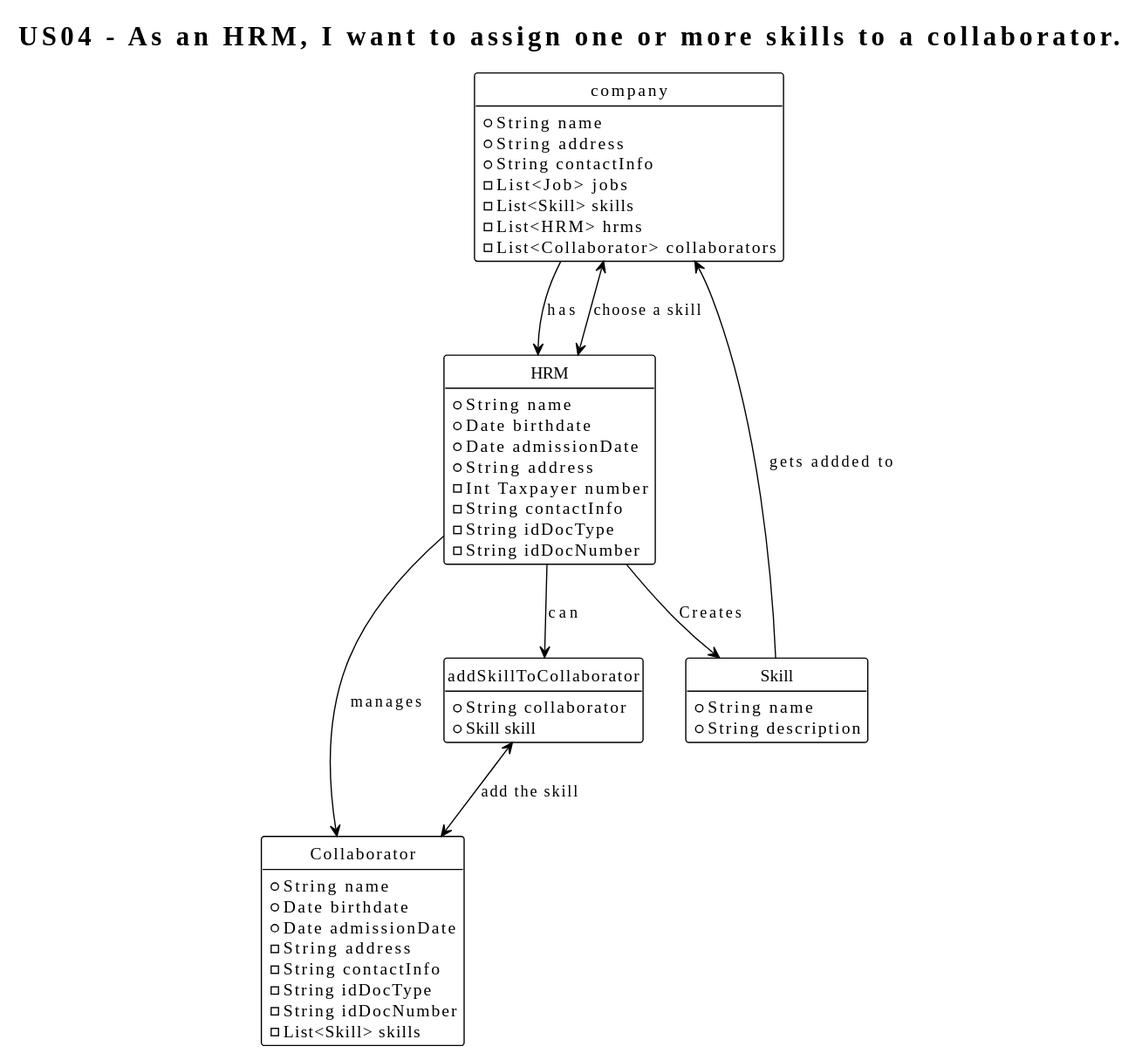
The PlantUML diagram docs/sprintA/us004/02.analysis/svg/us004-domain-model.svg in RicardoMorim/lapr2-ISEP-Project, before a commit.
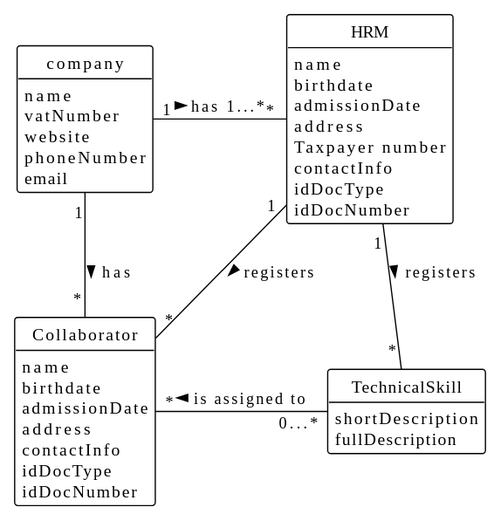
After the change.

Commit message:
Added the US02 domain model svg to the analysis readme file

What changed in the source:
```diff
@@ -1,68 +1,47 @@
 @startuml
 !theme plain
-title US04 - As an HRM, I want to assign one or more skills to a collaborator.
 
 
 hide methods
 hide circle
 
 class company{
-    +String name
-    +String address
-    +String contactInfo
-    -List<Job> jobs
-    -List<Skill> skills
-    -List<HRM> hrms
-    -List<Collaborator> collaborators
-
+         name
+         vatNumber
+         website
+         phoneNumber
+         email
 }
 
 class Collaborator {
-    +String name
-    +Date birthdate
-    +Date admissionDate
-    -String address
-    -String contactInfo
-    -String idDocType
-    -String idDocNumber
-    -List<Skill> skills
+     name
+     birthdate
+     admissionDate
+     address
+     contactInfo
+     idDocType
+     idDocNumber
 }
 
-class Skill {
-    +String name
-    +String description
+class TechnicalSkill {
+        shortDescription
+        fullDescription
 }
 
 class HRM {
-    +String name
-    +Date birthdate
-    +Date admissionDate
-    +String address
-    -Int Taxpayer number
-    -String contactInfo
-    -String idDocType
-    -String idDocNumber
+    name
+    birthdate
+    admissionDate
+    address
+    Taxpayer number
+    contactInfo
+    idDocType
+    idDocNumber
 }
 
-class addSkillToCollaborator{
-    +String collaborator
-    +Skill skill
-}
-
-company --> HRM : has
-
-HRM --> Collaborator : manages
-
-HRM --> Skill : Creates
-
-Skill --> company : gets addded to
-
-
-HRM --> addSkillToCollaborator : can
-
-
-HRM <--> company : choose a skill
-
-
-addSkillToCollaborator <--> Collaborator : add the skill
+company "1" - "*" HRM : has 1...* >
+company "1" -- "*" Collaborator : has >
+HRM "1" -- "*" TechnicalSkill : registers >
+HRM "1" - "*" Collaborator : registers >
+TechnicalSkill "0...*" -left "*" Collaborator : is assigned to >
 @enduml
```
